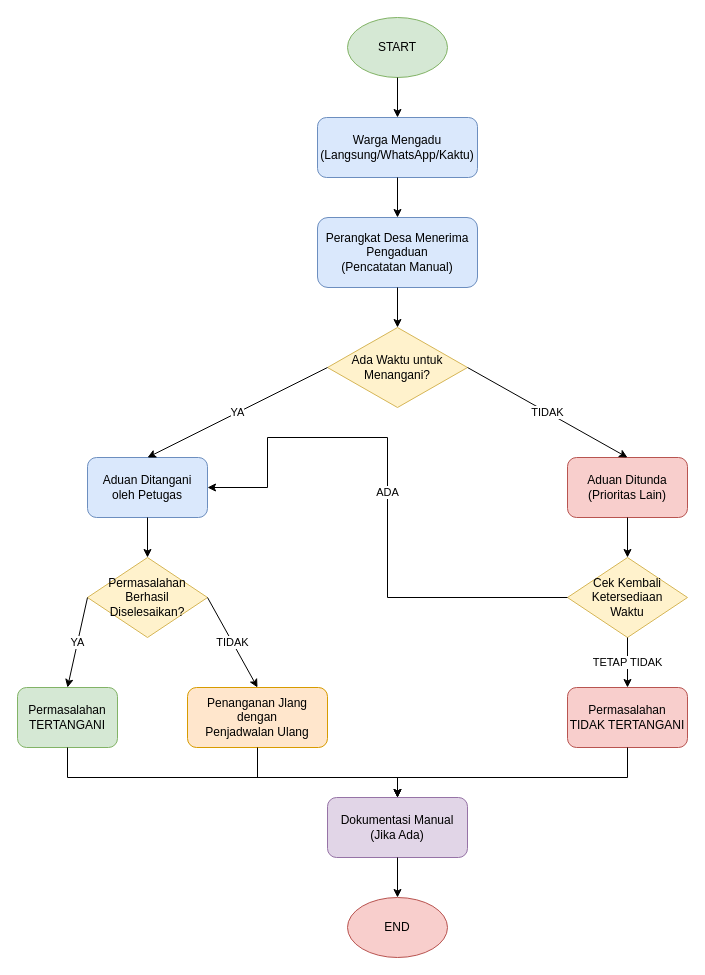
Before: flowchart -sistem-berjalan.drawio in mzaedan/laporaja, a draw.io diagram. Source tidied: cells renumbered, new cells numbered last; positions are measured from the earlier drawing's top-left corner, leaving out a move shared by most shapes. Both pictures are drawn from the tidied source at 100%, with x=0, y=0 at pixel (17, 17).
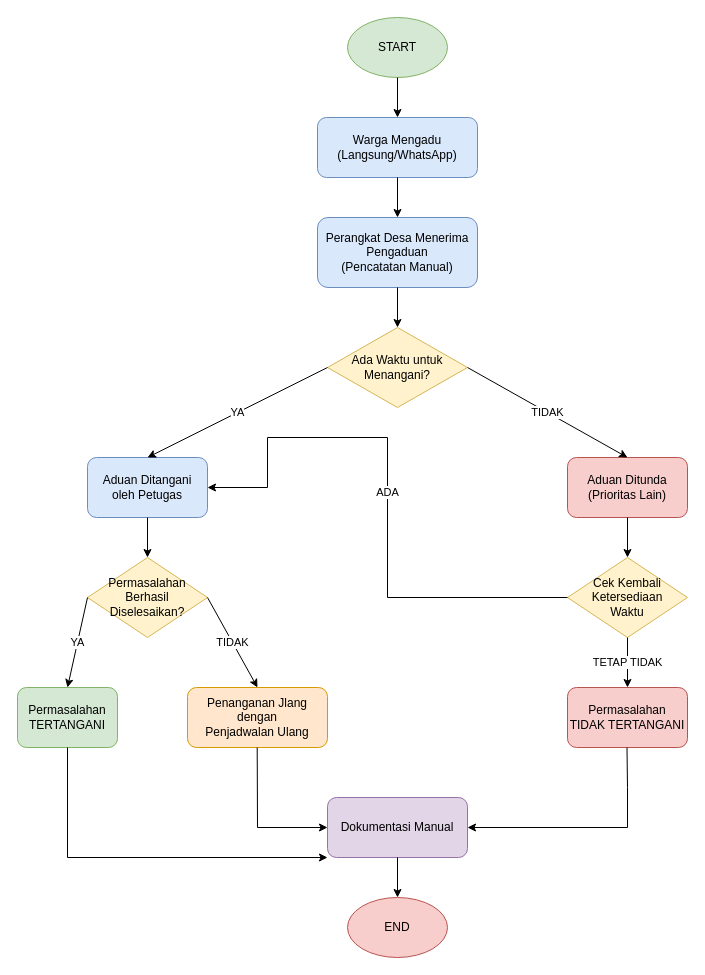
The same diagram, later.

Unchanged cells that the change refers to:
```xml
<mxCell id="8" value="Permasalahan&#10;TERTANGANI" style="rounded=1;whiteSpace=wrap;html=1;fillColor=#d5e8d4;strokeColor=#82b366;" parent="1" vertex="1">
  <mxGeometry y="670" width="100" height="60" as="geometry" />
</mxCell>
<mxCell id="9" value="Penanganan Jlang dengan&#10;Penjadwalan Ulang" style="rounded=1;whiteSpace=wrap;html=1;fillColor=#ffe6cc;strokeColor=#d79b00;" parent="1" vertex="1">
  <mxGeometry x="170" y="670" width="140" height="60" as="geometry" />
</mxCell>
<mxCell id="12" value="Permasalahan&#10;TIDAK TERTANGANI" style="rounded=1;whiteSpace=wrap;html=1;fillColor=#f8cecc;strokeColor=#b85450;" parent="1" vertex="1">
  <mxGeometry x="550" y="670" width="120" height="60" as="geometry" />
</mxCell>
```

The edit, as a diff of the source:
```diff
@@
-    <mxCell id="3" value="Warga Mengadu&#10;(Langsung/WhatsApp/Kaktu)" style="rounded=1;whiteSpace=wrap;html=1;fillColor=#dae8fc;strokeColor=#6c8ebf;" parent="1" vertex="1">
+    <mxCell id="3" value="Warga Mengadu&lt;br&gt;(Langsung/WhatsApp)" style="rounded=1;whiteSpace=wrap;html=1;fillColor=#dae8fc;strokeColor=#6c8ebf;" parent="1" vertex="1">
       <mxGeometry x="300" y="100" width="160" height="60" as="geometry" />
     </mxCell>
@@
-    <mxCell id="13" value="Dokumentasi Manual&#10;(Jika Ada)" style="rounded=1;whiteSpace=wrap;html=1;fillColor=#e1d5e7;strokeColor=#9673a6;" parent="1" vertex="1">
+    <mxCell id="13" value="Dokumentasi Manual" style="rounded=1;whiteSpace=wrap;html=1;fillColor=#e1d5e7;strokeColor=#9673a6;" parent="1" vertex="1">
       <mxGeometry x="310" y="780" width="140" height="60" as="geometry" />
     </mxCell>
@@
-    <mxCell id="26" style="endArrow=classic;html=1;rounded=0;exitX=0.5;exitY=1;exitDx=0;exitDy=0;entryX=0.5;entryY=0;entryDx=0;entryDy=0;" parent="1" edge="1" source="8" target="13">
-      <mxGeometry relative="1" as="geometry">
-        <Array as="points">
-          <mxPoint x="50" y="760" />
-          <mxPoint x="380" y="760" />
-        </Array>
-      </mxGeometry>
-    </mxCell>
-    <mxCell id="27" style="endArrow=classic;html=1;rounded=0;exitX=0.5;exitY=1;exitDx=0;exitDy=0;entryX=0.5;entryY=0;entryDx=0;entryDy=0;" parent="1" edge="1" source="9" target="13">
-      <mxGeometry relative="1" as="geometry">
-        <Array as="points">
-          <mxPoint x="240" y="760" />
-          <mxPoint x="380" y="760" />
-        </Array>
-      </mxGeometry>
-    </mxCell>
-    <mxCell id="28" style="endArrow=classic;html=1;rounded=0;exitX=0.5;exitY=1;exitDx=0;exitDy=0;entryX=0.5;entryY=0;entryDx=0;entryDy=0;" parent="1" edge="1" source="12" target="13">
-      <mxGeometry relative="1" as="geometry">
-        <Array as="points">
-          <mxPoint x="610" y="760" />
-          <mxPoint x="380" y="760" />
-        </Array>
-      </mxGeometry>
-    </mxCell>
@@
+    <mxCell id="30" style="endArrow=classic;html=1;rounded=0;entryX=1;entryY=0.5;entryDx=0;entryDy=0;" parent="1" edge="1" target="13">
+      <mxGeometry relative="1" as="geometry">
+        <mxPoint x="609.5" y="730" as="sourcePoint" />
+        <Array as="points">
+          <mxPoint x="610" y="770" />
+          <mxPoint x="610" y="810" />
+        </Array>
+      </mxGeometry>
+    </mxCell>
+    <mxCell id="31" style="endArrow=classic;html=1;rounded=0;entryX=0;entryY=1;entryDx=0;entryDy=0;" parent="1" edge="1" target="13">
+      <mxGeometry relative="1" as="geometry">
+        <mxPoint x="50" y="730" as="sourcePoint" />
+        <Array as="points">
+          <mxPoint x="50" y="840" />
+        </Array>
+      </mxGeometry>
+    </mxCell>
+    <mxCell id="32" style="endArrow=classic;html=1;rounded=0;entryX=0;entryY=0.5;entryDx=0;entryDy=0;" parent="1" edge="1" target="13">
+      <mxGeometry relative="1" as="geometry">
+        <mxPoint x="239.7" y="730" as="sourcePoint" />
+        <Array as="points">
+          <mxPoint x="240" y="810" />
+        </Array>
+      </mxGeometry>
+    </mxCell>
```
